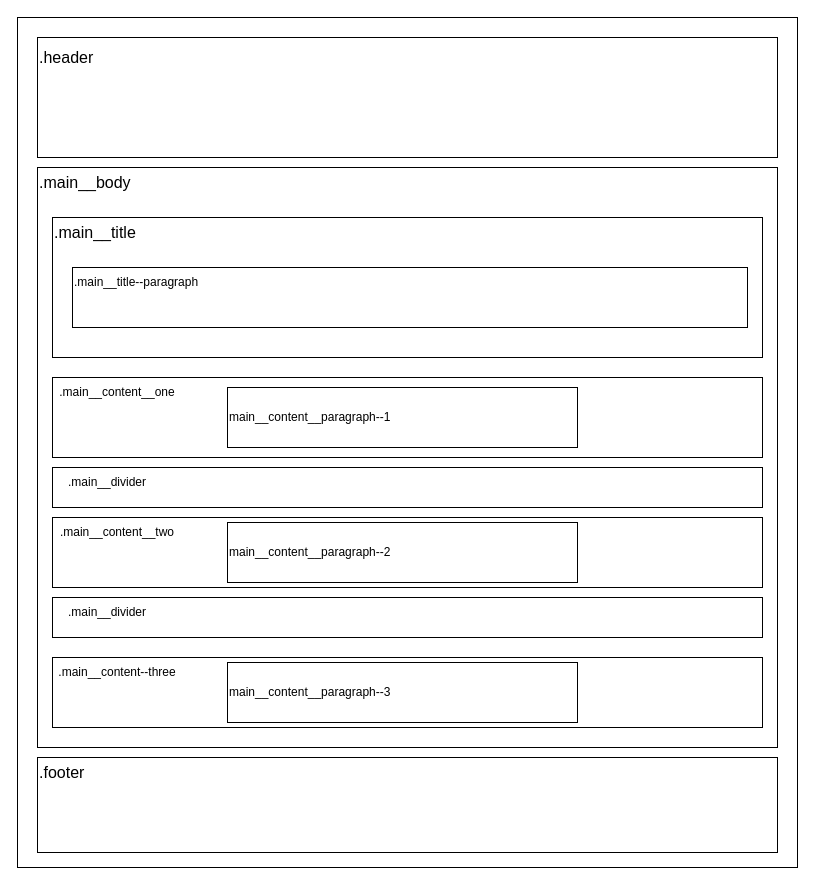
The draw.io diagram BTVN_1908/Bai1.drawio in IRIS-T-SLM/SET2026, before the edit. Source tidied: cells renumbered, new cells numbered last; positions are measured from the earlier drawing's top-left corner, leaving out a move shared by most shapes. Both pictures are drawn from the tidied source at 100%, with x=0, y=0 at pixel (17, 17).
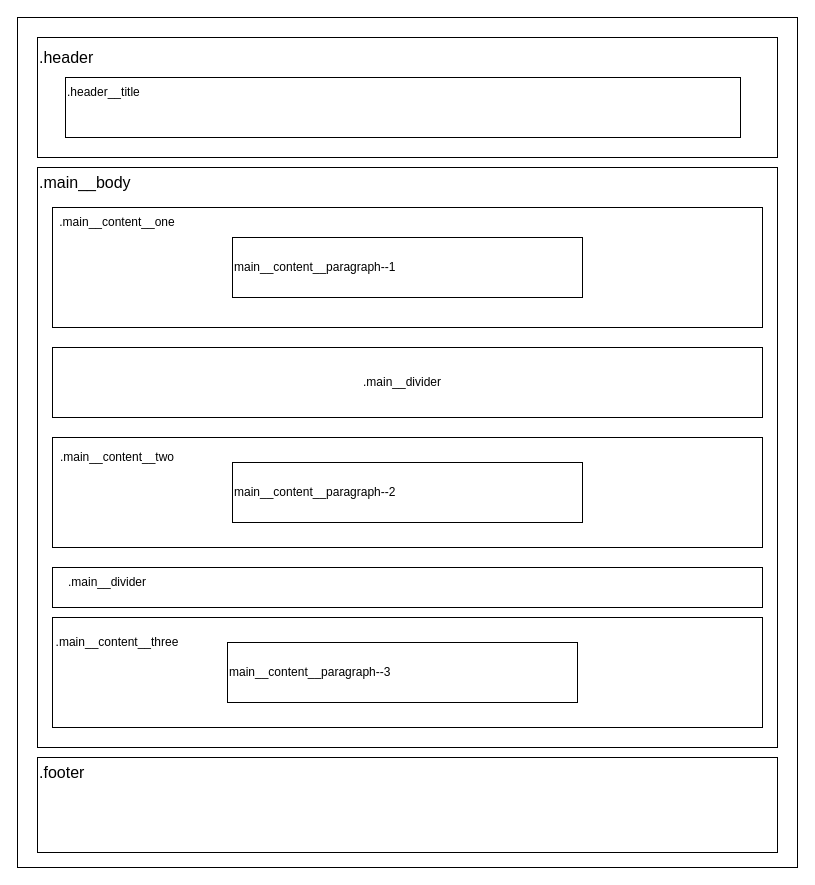
The same page after the edit.

Commit message:
Changed block layout positions in Bai 1

Diff of the diagram source:
```diff
@@
     <mxCell id="9" style="rounded=0;whiteSpace=wrap;html=1;" parent="1" vertex="1">
-      <mxGeometry x="35" y="360" width="710" height="80" as="geometry" />
+      <mxGeometry x="35" y="190" width="710" height="120" as="geometry" />
     </mxCell>
     <mxCell id="10" style="rounded=0;whiteSpace=wrap;html=1;" parent="1" vertex="1">
-      <mxGeometry x="35" y="450" width="710" height="40" as="geometry" />
+      <mxGeometry x="35" y="330" width="710" height="70" as="geometry" />
     </mxCell>
     <mxCell id="11" style="rounded=0;whiteSpace=wrap;html=1;" parent="1" vertex="1">
-      <mxGeometry x="35" y="500" width="710" height="70" as="geometry" />
+      <mxGeometry x="35" y="420" width="710" height="110" as="geometry" />
     </mxCell>
     <mxCell id="12" style="rounded=0;whiteSpace=wrap;html=1;" parent="1" vertex="1">
-      <mxGeometry x="35" y="580" width="710" height="40" as="geometry" />
+      <mxGeometry x="35" y="550" width="710" height="40" as="geometry" />
     </mxCell>
     <mxCell id="13" style="rounded=0;whiteSpace=wrap;html=1;" parent="1" vertex="1">
-      <mxGeometry x="35" y="640" width="710" height="70" as="geometry" />
+      <mxGeometry x="35" y="600" width="710" height="110" as="geometry" />
     </mxCell>
     <mxCell id="14" value=".main__content__one" style="text;html=1;whiteSpace=wrap;strokeColor=none;fillColor=none;align=center;verticalAlign=middle;rounded=0;" parent="1" vertex="1">
-      <mxGeometry x="35" y="360" width="130" height="30" as="geometry" />
+      <mxGeometry x="35" y="190" width="130" height="30" as="geometry" />
     </mxCell>
     <mxCell id="15" value=".main__divider" style="text;html=1;whiteSpace=wrap;strokeColor=none;fillColor=none;align=center;verticalAlign=middle;rounded=0;" parent="1" vertex="1">
-      <mxGeometry x="35" y="450" width="110" height="30" as="geometry" />
+      <mxGeometry x="330" y="350" width="110" height="30" as="geometry" />
     </mxCell>
     <mxCell id="16" value=".main__content__two" style="text;html=1;whiteSpace=wrap;strokeColor=none;fillColor=none;align=center;verticalAlign=middle;rounded=0;" parent="1" vertex="1">
-      <mxGeometry x="35" y="500" width="130" height="30" as="geometry" />
+      <mxGeometry x="35" y="425" width="130" height="30" as="geometry" />
     </mxCell>
     <mxCell id="17" value=".main__divider" style="text;html=1;whiteSpace=wrap;strokeColor=none;fillColor=none;align=center;verticalAlign=middle;rounded=0;" parent="1" vertex="1">
-      <mxGeometry x="35" y="580" width="110" height="30" as="geometry" />
+      <mxGeometry x="35" y="550" width="110" height="30" as="geometry" />
     </mxCell>
-    <mxCell id="18" value=".main__content--three" style="text;html=1;whiteSpace=wrap;strokeColor=none;fillColor=none;align=center;verticalAlign=middle;rounded=0;" parent="1" vertex="1">
-      <mxGeometry x="35" y="640" width="130" height="30" as="geometry" />
+    <mxCell id="18" value=".main__content__three" style="text;html=1;whiteSpace=wrap;strokeColor=none;fillColor=none;align=center;verticalAlign=middle;rounded=0;" parent="1" vertex="1">
+      <mxGeometry x="35" y="610" width="130" height="30" as="geometry" />
     </mxCell>
-    <mxCell id="19" style="rounded=0;whiteSpace=wrap;html=1;" parent="1" vertex="1">
-      <mxGeometry x="35" y="200" width="710" height="140" as="geometry" />
-    </mxCell>
-    <mxCell id="20" value="&lt;span style=&quot;font-size: 16px;&quot;&gt;.main__title&lt;/span&gt;" style="text;html=1;whiteSpace=wrap;strokeColor=none;fillColor=none;align=left;verticalAlign=middle;rounded=0;" parent="1" vertex="1">
-      <mxGeometry x="35" y="200" width="175" height="30" as="geometry" />
-    </mxCell>
     <mxCell id="21" style="rounded=0;whiteSpace=wrap;html=1;" parent="1" vertex="1">
-      <mxGeometry x="55" y="250" width="675" height="60" as="geometry" />
+      <mxGeometry x="48" y="60" width="675" height="60" as="geometry" />
     </mxCell>
-    <mxCell id="22" value=".main__title--paragraph" style="text;html=1;whiteSpace=wrap;strokeColor=none;fillColor=none;align=left;verticalAlign=middle;rounded=0;" parent="1" vertex="1">
-      <mxGeometry x="55" y="250" width="145" height="30" as="geometry" />
+    <mxCell id="22" value=".header__title" style="text;html=1;whiteSpace=wrap;strokeColor=none;fillColor=none;align=left;verticalAlign=middle;rounded=0;" parent="1" vertex="1">
+      <mxGeometry x="48" y="60" width="145" height="30" as="geometry" />
     </mxCell>
     <mxCell id="23" value="main__content__paragraph--1" style="rounded=0;whiteSpace=wrap;html=1;align=left;" parent="1" vertex="1">
-      <mxGeometry x="210" y="370" width="350" height="60" as="geometry" />
+      <mxGeometry x="215" y="220" width="350" height="60" as="geometry" />
     </mxCell>
     <mxCell id="24" value="main__content__paragraph--2" style="rounded=0;whiteSpace=wrap;html=1;align=left;" parent="1" vertex="1">
-      <mxGeometry x="210" y="505" width="350" height="60" as="geometry" />
+      <mxGeometry x="215" y="445" width="350" height="60" as="geometry" />
     </mxCell>
     <mxCell id="25" value="main__content__paragraph--3" style="rounded=0;whiteSpace=wrap;html=1;align=left;" parent="1" vertex="1">
-      <mxGeometry x="210" y="645" width="350" height="60" as="geometry" />
+      <mxGeometry x="210" y="625" width="350" height="60" as="geometry" />
     </mxCell>
```
